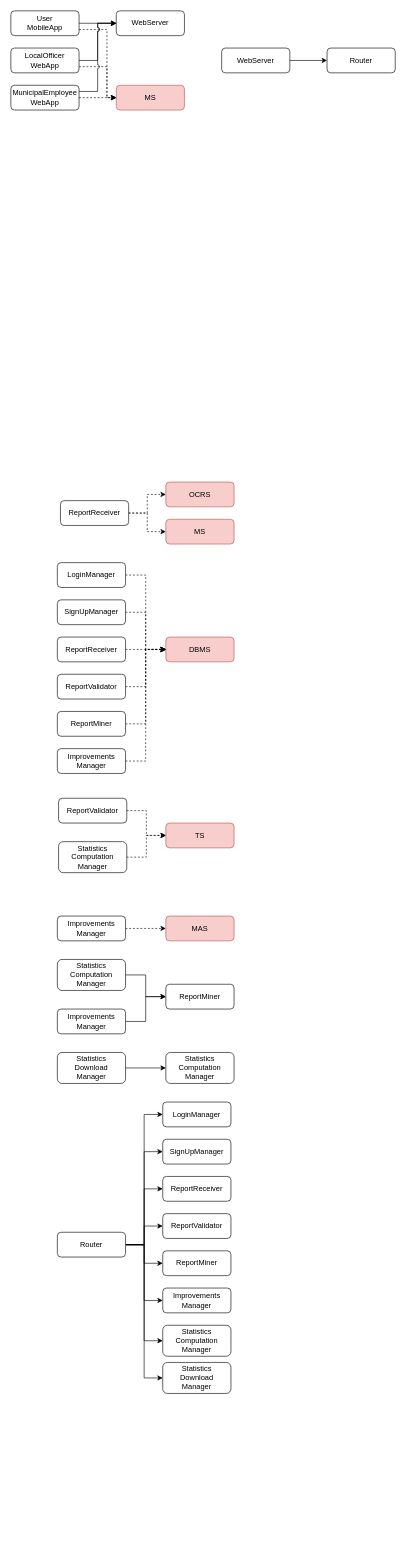
This is DD/images/IntegrationDependencies.drawio from MarkNuar/Project_SE2, a draw.io file, before an edit. Source tidied: cells renumbered, new cells numbered last; positions are measured from the earlier drawing's top-left corner, leaving out a move shared by most shapes. Both pictures are drawn from the tidied source at 62%, with x=0, y=0 at pixel (11, 11).
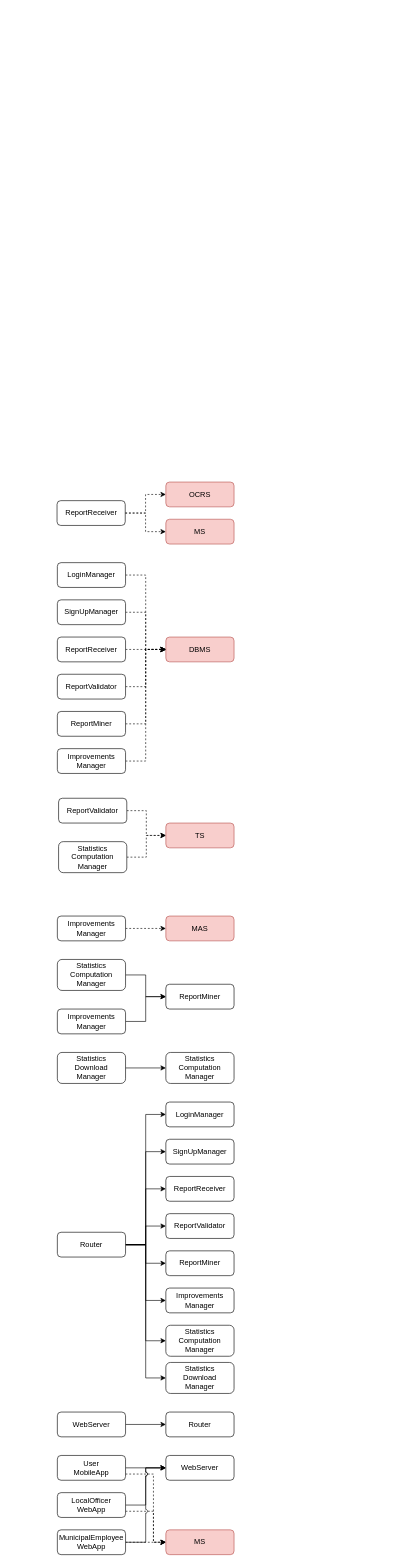
Above is the later version.

The edit, as a diff of the source:
```diff
@@
+    <mxCell id="3" style="edgeStyle=orthogonalEdgeStyle;rounded=0;jettySize=auto;html=1;entryX=0;entryY=0.5;entryDx=0;entryDy=0;dashed=1;" parent="1" edge="1" source="4" target="43">
+      <mxGeometry relative="1" as="geometry">
+        <Array as="points">
+          <mxPoint x="230" y="2360" />
+          <mxPoint x="230" y="2470" />
+        </Array>
+      </mxGeometry>
+    </mxCell>
-    <mxCell id="2" style="edgeStyle=orthogonalEdgeStyle;rounded=0;jettySize=auto;html=1;entryX=0;entryY=0.5;entryDx=0;entryDy=0;" parent="1" edge="1" source="4" target="11">
+    <mxCell id="2" style="edgeStyle=orthogonalEdgeStyle;rounded=0;jumpStyle=arc;jettySize=auto;html=1;" parent="1" edge="1" source="4" target="11">
       <mxGeometry relative="1" as="geometry" />
     </mxCell>
-    <mxCell id="3" style="edgeStyle=orthogonalEdgeStyle;rounded=0;jettySize=auto;html=1;entryX=0;entryY=0.5;entryDx=0;entryDy=0;dashed=1;" parent="1" edge="1" source="4" target="43">
-      <mxGeometry relative="1" as="geometry">
-        <Array as="points">
-          <mxPoint x="155" y="30" />
-          <mxPoint x="155" y="140" />
-        </Array>
-      </mxGeometry>
-    </mxCell>
     <mxCell id="4" value="User&lt;br&gt;MobileApp" style="rounded=1;whiteSpace=wrap;html=1;" parent="1" vertex="1">
-      <mxGeometry width="110" height="40" as="geometry" />
+      <mxGeometry x="75" y="2330" width="110" height="40" as="geometry" />
     </mxCell>
+    <mxCell id="6" style="edgeStyle=orthogonalEdgeStyle;rounded=0;jettySize=auto;html=1;entryX=0;entryY=0.5;entryDx=0;entryDy=0;dashed=1;" parent="1" edge="1" source="7" target="43">
+      <mxGeometry relative="1" as="geometry">
+        <Array as="points">
+          <mxPoint x="230" y="2420" />
+          <mxPoint x="230" y="2470" />
+        </Array>
+      </mxGeometry>
+    </mxCell>
-    <mxCell id="5" style="edgeStyle=orthogonalEdgeStyle;rounded=0;jettySize=auto;html=1;entryX=0;entryY=0.5;entryDx=0;entryDy=0;jumpStyle=arc;" parent="1" edge="1" source="7" target="11">
+    <mxCell id="5" style="edgeStyle=orthogonalEdgeStyle;rounded=0;jumpStyle=arc;jettySize=auto;html=1;entryX=0;entryY=0.5;entryDx=0;entryDy=0;" parent="1" edge="1" source="7" target="11">
       <mxGeometry relative="1" as="geometry" />
     </mxCell>
-    <mxCell id="6" style="edgeStyle=orthogonalEdgeStyle;rounded=0;jettySize=auto;html=1;entryX=0;entryY=0.5;entryDx=0;entryDy=0;dashed=1;" parent="1" edge="1" source="7" target="43">
-      <mxGeometry relative="1" as="geometry">
-        <Array as="points">
-          <mxPoint x="155" y="90" />
-          <mxPoint x="155" y="140" />
-        </Array>
-      </mxGeometry>
-    </mxCell>
     <mxCell id="7" value="LocalOfficer&lt;br&gt;WebApp" style="rounded=1;whiteSpace=wrap;html=1;" parent="1" vertex="1">
-      <mxGeometry y="60" width="110" height="40" as="geometry" />
+      <mxGeometry x="75" y="2390" width="110" height="40" as="geometry" />
     </mxCell>
+    <mxCell id="9" style="edgeStyle=orthogonalEdgeStyle;rounded=0;jettySize=auto;html=1;dashed=1;" parent="1" edge="1" source="10" target="43">
+      <mxGeometry relative="1" as="geometry">
+        <Array as="points">
+          <mxPoint x="235" y="2470" />
+          <mxPoint x="235" y="2470" />
+        </Array>
+      </mxGeometry>
+    </mxCell>
-    <mxCell id="8" style="edgeStyle=orthogonalEdgeStyle;rounded=0;jettySize=auto;html=1;entryX=0;entryY=0.5;entryDx=0;entryDy=0;jumpStyle=arc;" parent="1" edge="1" source="10" target="11">
-      <mxGeometry relative="1" as="geometry">
-        <Array as="points">
-          <mxPoint x="140" y="130" />
-          <mxPoint x="140" y="20" />
-        </Array>
-      </mxGeometry>
+    <mxCell id="8" style="edgeStyle=orthogonalEdgeStyle;rounded=0;jumpStyle=arc;jettySize=auto;html=1;entryX=0;entryY=0.5;entryDx=0;entryDy=0;" parent="1" edge="1" source="10" target="11">
+      <mxGeometry relative="1" as="geometry" />
     </mxCell>
-    <mxCell id="9" style="edgeStyle=orthogonalEdgeStyle;rounded=0;jettySize=auto;html=1;dashed=1;" parent="1" edge="1" source="10" target="43">
-      <mxGeometry relative="1" as="geometry">
-        <Array as="points">
-          <mxPoint x="160" y="140" />
-          <mxPoint x="160" y="140" />
-        </Array>
-      </mxGeometry>
-    </mxCell>
     <mxCell id="10" value="MunicipalEmployee&lt;br&gt;WebApp" style="rounded=1;whiteSpace=wrap;html=1;" parent="1" vertex="1">
-      <mxGeometry y="120" width="110" height="40" as="geometry" />
+      <mxGeometry x="75" y="2450" width="110" height="40" as="geometry" />
     </mxCell>
     <mxCell id="11" value="WebServer" style="rounded=1;whiteSpace=wrap;html=1;" parent="1" vertex="1">
-      <mxGeometry x="170" width="110" height="40" as="geometry" />
+      <mxGeometry x="250" y="2330" width="110" height="40" as="geometry" />
     </mxCell>
@@
     <mxCell id="13" value="WebServer" style="rounded=1;whiteSpace=wrap;html=1;" parent="1" vertex="1">
-      <mxGeometry x="340" y="60" width="110" height="40" as="geometry" />
+      <mxGeometry x="75" y="2260" width="110" height="40" as="geometry" />
     </mxCell>
     <mxCell id="14" value="Router" style="rounded=1;whiteSpace=wrap;html=1;" parent="1" vertex="1">
-      <mxGeometry x="510" y="60" width="110" height="40" as="geometry" />
+      <mxGeometry x="250" y="2260" width="110" height="40" as="geometry" />
     </mxCell>
@@
     <mxCell id="24" value="LoginManager" style="rounded=1;whiteSpace=wrap;html=1;" parent="1" vertex="1">
-      <mxGeometry x="245" y="1760" width="110" height="40" as="geometry" />
+      <mxGeometry x="250" y="1760" width="110" height="40" as="geometry" />
     </mxCell>
     <mxCell id="25" value="SignUpManager" style="rounded=1;whiteSpace=wrap;html=1;" parent="1" vertex="1">
-      <mxGeometry x="245" y="1820" width="110" height="40" as="geometry" />
+      <mxGeometry x="250" y="1820" width="110" height="40" as="geometry" />
     </mxCell>
     <mxCell id="26" value="ReportReceiver" style="rounded=1;whiteSpace=wrap;html=1;" parent="1" vertex="1">
-      <mxGeometry x="245" y="1880" width="110" height="40" as="geometry" />
+      <mxGeometry x="250" y="1880" width="110" height="40" as="geometry" />
     </mxCell>
     <mxCell id="27" value="ReportValidator" style="rounded=1;whiteSpace=wrap;html=1;" parent="1" vertex="1">
-      <mxGeometry x="245" y="1940" width="110" height="40" as="geometry" />
+      <mxGeometry x="250" y="1940" width="110" height="40" as="geometry" />
     </mxCell>
     <mxCell id="28" value="ReportMiner" style="rounded=1;whiteSpace=wrap;html=1;" parent="1" vertex="1">
-      <mxGeometry x="245" y="2000" width="110" height="40" as="geometry" />
+      <mxGeometry x="250" y="2000" width="110" height="40" as="geometry" />
     </mxCell>
     <mxCell id="29" value="Improvements&lt;br&gt;Manager" style="rounded=1;whiteSpace=wrap;html=1;" parent="1" vertex="1">
-      <mxGeometry x="245" y="2060" width="110" height="40" as="geometry" />
+      <mxGeometry x="250" y="2060" width="110" height="40" as="geometry" />
     </mxCell>
     <mxCell id="30" value="Statistics&lt;br&gt;Computation&lt;br&gt;Manager" style="rounded=1;whiteSpace=wrap;html=1;" parent="1" vertex="1">
-      <mxGeometry x="245" y="2120" width="110" height="50" as="geometry" />
+      <mxGeometry x="250" y="2120" width="110" height="50" as="geometry" />
     </mxCell>
     <mxCell id="31" value="Statistics&lt;br&gt;Download&lt;br&gt;Manager" style="rounded=1;whiteSpace=wrap;html=1;" parent="1" vertex="1">
-      <mxGeometry x="245" y="2180" width="110" height="50" as="geometry" />
+      <mxGeometry x="250" y="2180" width="110" height="50" as="geometry" />
     </mxCell>
@@
     <mxCell id="43" value="MS" style="rounded=1;whiteSpace=wrap;html=1;fillColor=#f8cecc;strokeColor=#b85450;" parent="1" vertex="1">
-      <mxGeometry x="170" y="120" width="110" height="40" as="geometry" />
+      <mxGeometry x="250" y="2450" width="110" height="40" as="geometry" />
     </mxCell>
@@
     <mxCell id="65" value="ReportReceiver" style="rounded=1;whiteSpace=wrap;html=1;" parent="1" vertex="1">
-      <mxGeometry x="80" y="790" width="110" height="40" as="geometry" />
+      <mxGeometry x="74.5" y="790" width="110" height="40" as="geometry" />
     </mxCell>
```
